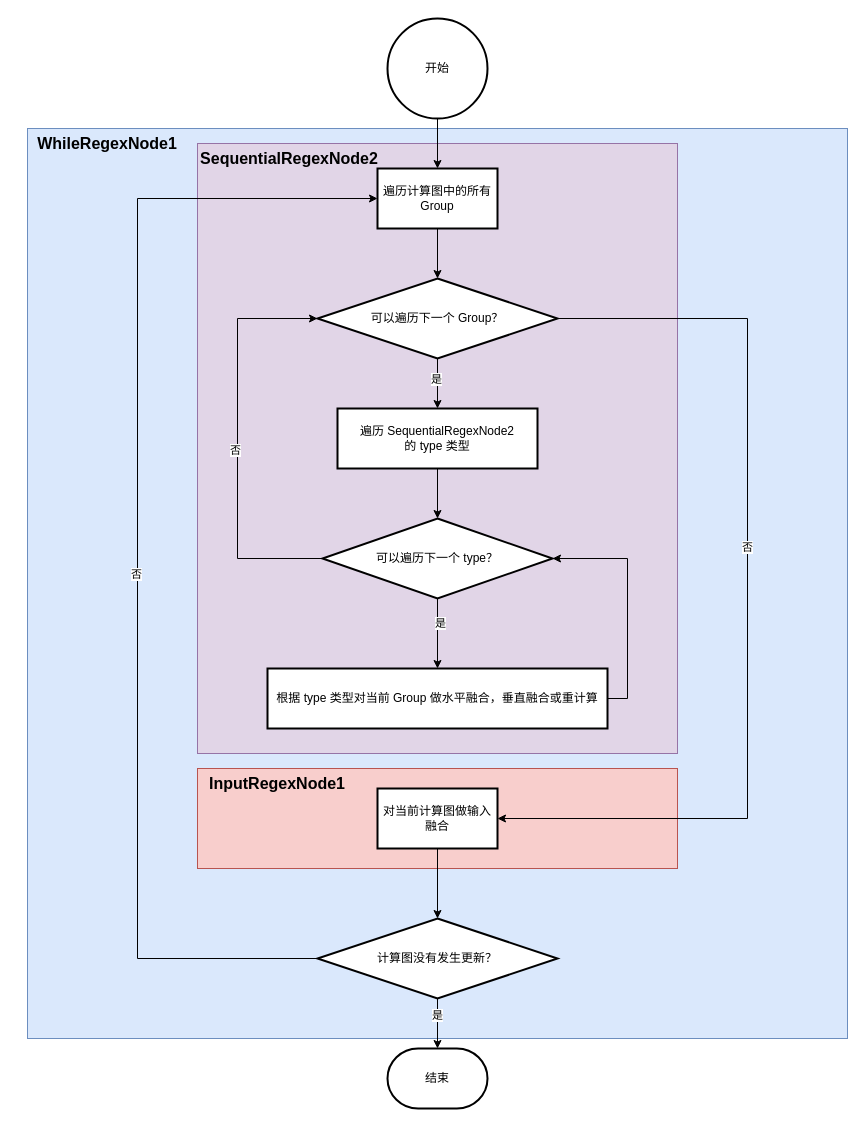
Before: AST执行流程图.drawio in jiahy0825/draw.io, a draw.io diagram. Source tidied: cells renumbered, new cells numbered last; positions are measured from the earlier drawing's top-left corner, leaving out a move shared by most shapes. Both pictures are drawn from the tidied source at 100%, with x=0, y=0 at pixel (17, 18).
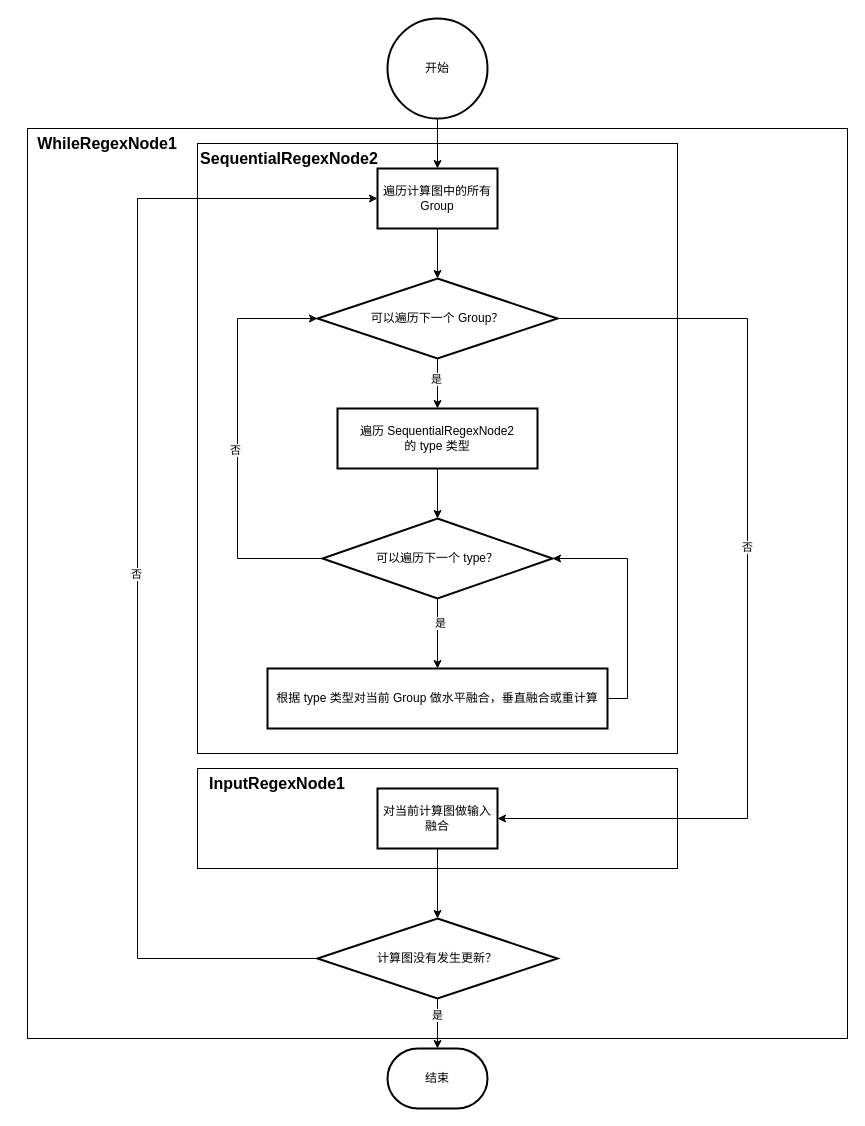
The same page after the edit.

Commit message:
更新AST执行流程图.drawio

What changed in the source:
```diff
@@
-    <mxCell id="2" style="rounded=0;whiteSpace=wrap;html=1;fillColor=#dae8fc;strokeColor=#6c8ebf;" parent="1" vertex="1">
+    <mxCell id="2" style="rounded=0;whiteSpace=wrap;html=1;" parent="1" vertex="1">
       <mxGeometry x="10" y="110" width="820" height="910" as="geometry" />
     </mxCell>
-    <mxCell id="3" style="rounded=0;whiteSpace=wrap;html=1;fillColor=#f8cecc;strokeColor=#b85450;" parent="1" vertex="1">
+    <mxCell id="3" style="rounded=0;whiteSpace=wrap;html=1;" parent="1" vertex="1">
       <mxGeometry x="180" y="750" width="480" height="100" as="geometry" />
     </mxCell>
-    <mxCell id="4" style="rounded=0;whiteSpace=wrap;html=1;fillColor=#e1d5e7;strokeColor=#9673a6;" parent="1" vertex="1">
+    <mxCell id="4" style="rounded=0;whiteSpace=wrap;html=1;" parent="1" vertex="1">
       <mxGeometry x="180" y="125" width="480" height="610" as="geometry" />
     </mxCell>
```
